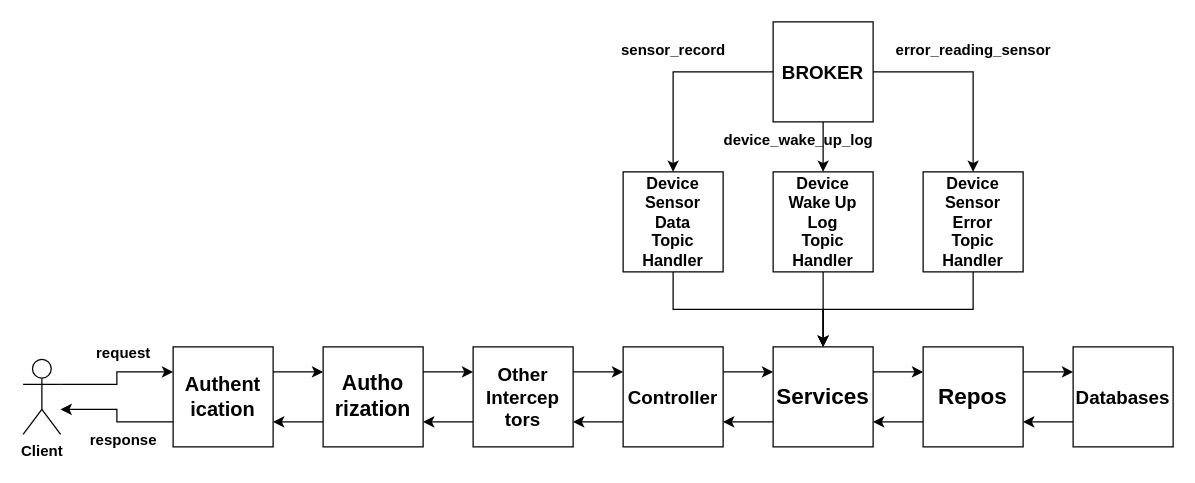
MiguelRocha2001/PS-Monitor-IoT-System keeps this draw.io diagram as Documentation/Diagrams/Spring Web Server (condensed).drawio. Above is the earlier version. Source tidied: cells renumbered, new cells numbered last; positions are measured from the earlier drawing's top-left corner, leaving out a move shared by most shapes. Both pictures are drawn from the tidied source at 125%, with x=0, y=0 at pixel (22, 21).
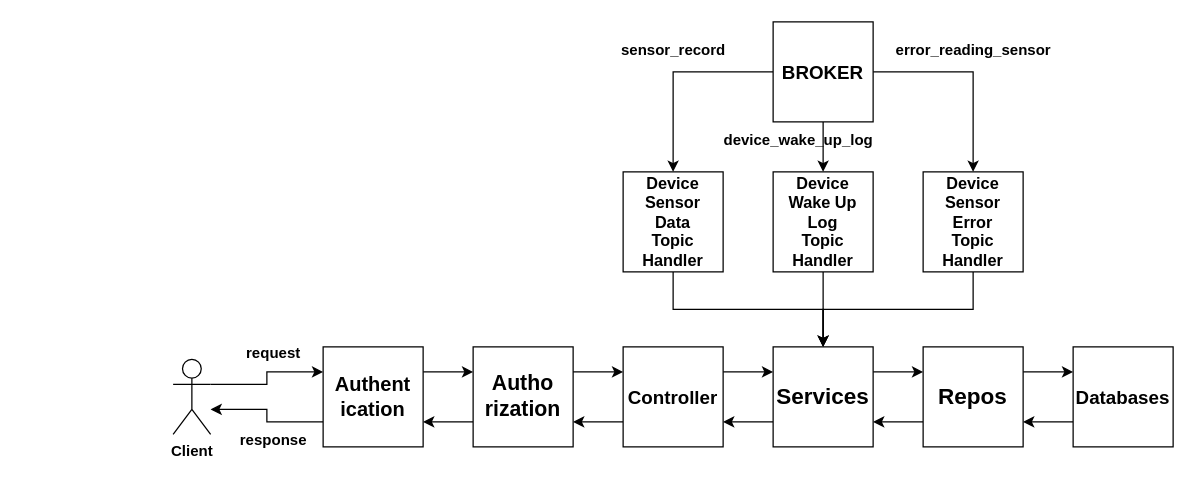
The same page after the edit.

The change refers to these unchanged cells:
```xml
<mxCell id="12" value="Controller" style="whiteSpace=wrap;html=1;fontStyle=1;fontSize=15;" parent="1" vertex="1">
  <mxGeometry x="480" y="260" width="80" height="80" as="geometry" />
</mxCell>
```

Diff of the diagram source:
```diff
@@
     <mxCell id="2" style="edgeStyle=orthogonalEdgeStyle;rounded=0;jettySize=auto;html=1;entryX=0;entryY=0.25;entryDx=0;entryDy=0;fontStyle=1;" parent="1" edge="1" source="3" target="6">
       <mxGeometry relative="1" as="geometry">
         <Array as="points">
-          <mxPoint x="75" y="290" />
-          <mxPoint x="75" y="280" />
+          <mxPoint x="195" y="290" />
+          <mxPoint x="195" y="280" />
         </Array>
       </mxGeometry>
     </mxCell>
     <mxCell id="3" value="Client" style="shape=umlActor;verticalLabelPosition=bottom;verticalAlign=top;html=1;outlineConnect=0;fontStyle=1;" parent="1" vertex="1">
-      <mxGeometry y="270" width="30" height="60" as="geometry" />
+      <mxGeometry x="120" y="270" width="30" height="60" as="geometry" />
     </mxCell>
     <mxCell id="4" style="edgeStyle=orthogonalEdgeStyle;rounded=0;jettySize=auto;html=1;exitX=1;exitY=0.25;exitDx=0;exitDy=0;fontStyle=1;" parent="1" edge="1" source="6" target="9">
       <mxGeometry relative="1" as="geometry">
         <Array as="points">
-          <mxPoint x="260" y="280" />
-          <mxPoint x="260" y="280" />
+          <mxPoint x="380" y="280" />
+          <mxPoint x="380" y="280" />
         </Array>
       </mxGeometry>
     </mxCell>
     <mxCell id="5" style="edgeStyle=orthogonalEdgeStyle;rounded=0;jettySize=auto;html=1;exitX=0;exitY=0.75;exitDx=0;exitDy=0;fontStyle=1;" parent="1" edge="1" source="6" target="3">
       <mxGeometry relative="1" as="geometry">
         <Array as="points">
-          <mxPoint x="75" y="320" />
-          <mxPoint x="75" y="310" />
+          <mxPoint x="195" y="320" />
+          <mxPoint x="195" y="310" />
         </Array>
       </mxGeometry>
     </mxCell>
     <mxCell id="6" value="Authent&lt;br style=&quot;font-size: 16px;&quot;&gt;ication" style="fontStyle=1;fontSize=16;glass=0;shadow=0;rounded=0;html=1;whiteSpace=wrap;labelBackgroundColor=none;" parent="1" vertex="1">
-      <mxGeometry x="120" y="260" width="80" height="80" as="geometry" />
+      <mxGeometry x="240" y="260" width="80" height="80" as="geometry" />
     </mxCell>
@@
-    <mxCell id="8" style="edgeStyle=orthogonalEdgeStyle;rounded=0;jettySize=auto;html=1;" parent="1" edge="1" source="9" target="38">
-      <mxGeometry relative="1" as="geometry">
-        <Array as="points">
-          <mxPoint x="340" y="280" />
-          <mxPoint x="340" y="280" />
-        </Array>
-      </mxGeometry>
-    </mxCell>
     <mxCell id="9" value="Autho&lt;br style=&quot;font-size: 17px;&quot;&gt;rization" style="whiteSpace=wrap;html=1;fontStyle=1;fontSize=17;" parent="1" vertex="1">
-      <mxGeometry x="240" y="260" width="80" height="80" as="geometry" />
+      <mxGeometry x="360" y="260" width="80" height="80" as="geometry" />
     </mxCell>
@@
-    <mxCell id="11" style="edgeStyle=orthogonalEdgeStyle;rounded=0;jettySize=auto;html=1;" parent="1" edge="1" source="12" target="38">
+    <mxCell id="11" style="edgeStyle=orthogonalEdgeStyle;rounded=0;jettySize=auto;html=1;" parent="1" edge="1" source="12">
       <mxGeometry relative="1" as="geometry">
+        <mxPoint x="440" y="320" as="targetPoint" />
         <Array as="points">
           <mxPoint x="460" y="320" />
           <mxPoint x="460" y="320" />
         </Array>
       </mxGeometry>
     </mxCell>
@@
     <mxCell id="34" value="request" style="text;html=1;align=center;verticalAlign=middle;strokeColor=none;fillColor=none;fontStyle=1;" parent="1" vertex="1">
-      <mxGeometry x="45" y="250" width="70" height="30" as="geometry" />
+      <mxGeometry x="165" y="250" width="70" height="30" as="geometry" />
     </mxCell>
     <mxCell id="35" value="response" style="text;html=1;align=center;verticalAlign=middle;strokeColor=none;fillColor=none;fontStyle=1;" parent="1" vertex="1">
-      <mxGeometry x="40" y="320" width="80" height="30" as="geometry" />
+      <mxGeometry x="160" y="320" width="80" height="30" as="geometry" />
     </mxCell>
-    <mxCell id="36" style="edgeStyle=orthogonalEdgeStyle;rounded=0;jettySize=auto;html=1;" parent="1" edge="1" source="38">
-      <mxGeometry relative="1" as="geometry">
-        <mxPoint x="320" y="320" as="targetPoint" />
-        <Array as="points">
-          <mxPoint x="320" y="320" />
-        </Array>
-      </mxGeometry>
-    </mxCell>
-    <mxCell id="37" style="edgeStyle=orthogonalEdgeStyle;rounded=0;jettySize=auto;html=1;" parent="1" edge="1" source="38" target="12">
+    <mxCell id="37" style="edgeStyle=orthogonalEdgeStyle;rounded=0;jettySize=auto;html=1;" parent="1" edge="1" target="12">
       <mxGeometry relative="1" as="geometry">
+        <mxPoint x="440" y="280" as="sourcePoint" />
         <Array as="points">
           <mxPoint x="460" y="280" />
           <mxPoint x="460" y="280" />
         </Array>
       </mxGeometry>
     </mxCell>
-    <mxCell id="38" value="Other&lt;br style=&quot;font-size: 15px;&quot;&gt;Intercep&lt;br style=&quot;font-size: 15px;&quot;&gt;tors" style="whiteSpace=wrap;html=1;fontStyle=1;fontSize=15;" parent="1" vertex="1">
-      <mxGeometry x="360" y="260" width="80" height="80" as="geometry" />
-    </mxCell>
```
